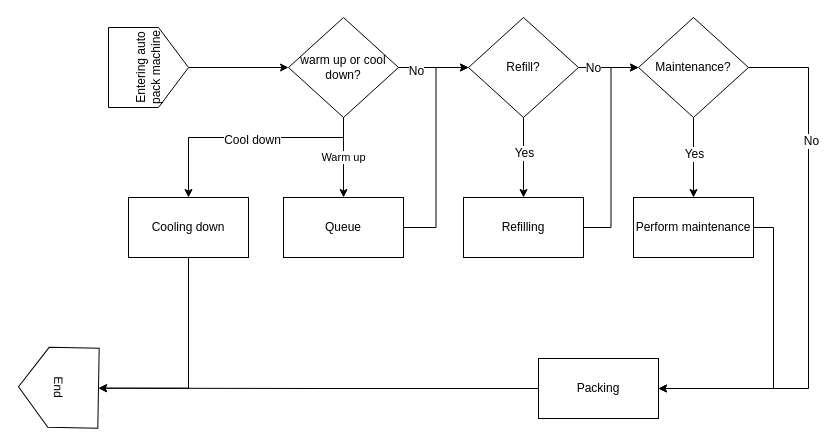
Earlier version of the draw.io diagram Em-Con-Frame.drawio (aboutkrin/aboutkrin.github.io). Source tidied: cells renumbered, new cells numbered last; positions are measured from the earlier drawing's top-left corner, leaving out a move shared by most shapes. Both pictures are drawn from the tidied source at 100%, with x=0, y=0 at pixel (18, 17).
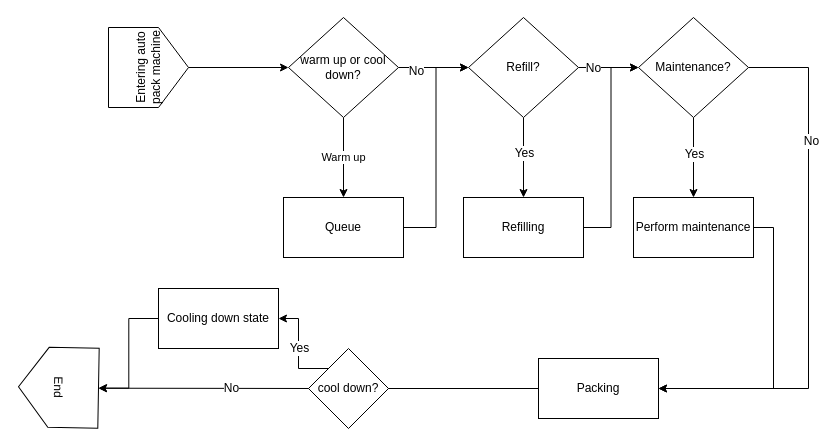
The same page after the edit.

The change refers to these unchanged cells:
```xml
<mxCell id="9" value="warm up or cool down?" style="rhombus;whiteSpace=wrap;html=1;" parent="1" vertex="1">
  <mxGeometry x="270" width="110" height="100" as="geometry" />
</mxCell>
<mxCell id="26" value="End" style="shape=offPageConnector;whiteSpace=wrap;html=1;rotation=91;" parent="1" vertex="1">
  <mxGeometry y="330" width="80" height="80" as="geometry" />
</mxCell>
<mxCell id="29" style="edgeStyle=orthogonalEdgeStyle;rounded=0;jettySize=auto;html=1;exitX=0;exitY=0.5;exitDx=0;exitDy=0;entryX=0.5;entryY=0;entryDx=0;entryDy=0;" parent="1" edge="1" source="30" target="26">
  <mxGeometry relative="1" as="geometry" />
</mxCell>
```

Diff of the diagram source:
```diff
@@
-    <mxCell id="5" style="edgeStyle=orthogonalEdgeStyle;rounded=0;jettySize=auto;html=1;exitX=0.5;exitY=1;exitDx=0;exitDy=0;entryX=0.5;entryY=0;entryDx=0;entryDy=0;" parent="1" edge="1" source="9" target="25">
-      <mxGeometry relative="1" as="geometry">
-        <Array as="points">
-          <mxPoint x="325" y="120" />
-          <mxPoint x="170" y="120" />
-        </Array>
-      </mxGeometry>
-    </mxCell>
-    <mxCell id="6" value="Cool down" style="text;html=1;align=center;verticalAlign=middle;labelBackgroundColor=#ffffff;" parent="5" vertex="1">
-      <mxGeometry x="-0.05" y="2" relative="1" as="geometry" />
-    </mxCell>
@@
-    <mxCell id="24" style="edgeStyle=orthogonalEdgeStyle;rounded=0;jettySize=auto;html=1;exitX=0.5;exitY=1;exitDx=0;exitDy=0;entryX=0.5;entryY=0;entryDx=0;entryDy=0;" parent="1" edge="1" source="25" target="26">
+    <mxCell id="24" style="edgeStyle=orthogonalEdgeStyle;rounded=0;jettySize=auto;html=1;exitX=0;exitY=0.5;exitDx=0;exitDy=0;entryX=0.5;entryY=0;entryDx=0;entryDy=0;" parent="1" edge="1" source="25" target="26">
       <mxGeometry relative="1" as="geometry" />
     </mxCell>
-    <mxCell id="25" value="Cooling down" style="rounded=0;whiteSpace=wrap;html=1;" parent="1" vertex="1">
-      <mxGeometry x="110" y="180" width="120" height="60" as="geometry" />
+    <mxCell id="25" value="Cooling down state" style="rounded=0;whiteSpace=wrap;html=1;" parent="1" vertex="1">
+      <mxGeometry x="140" y="271" width="120" height="60" as="geometry" />
     </mxCell>
@@
+    <mxCell id="31" value="No" style="text;html=1;align=center;verticalAlign=middle;labelBackgroundColor=#ffffff;" parent="29" vertex="1">
+      <mxGeometry x="0.4" relative="1" as="geometry" />
+    </mxCell>
@@
+    <mxCell id="32" style="edgeStyle=orthogonalEdgeStyle;rounded=0;jettySize=auto;html=1;exitX=0;exitY=0;exitDx=0;exitDy=0;entryX=1;entryY=0.5;entryDx=0;entryDy=0;" parent="1" edge="1" source="34" target="25">
+      <mxGeometry relative="1" as="geometry">
+        <Array as="points">
+          <mxPoint x="280" y="351" />
+          <mxPoint x="280" y="301" />
+        </Array>
+      </mxGeometry>
+    </mxCell>
+    <mxCell id="33" value="Yes" style="text;html=1;align=center;verticalAlign=middle;labelBackgroundColor=#ffffff;" parent="32" vertex="1">
+      <mxGeometry x="0.02" relative="1" as="geometry" />
+    </mxCell>
+    <mxCell id="34" value="cool down?" style="rhombus;whiteSpace=wrap;html=1;" parent="1" vertex="1">
+      <mxGeometry x="290" y="331" width="80" height="80" as="geometry" />
+    </mxCell>
```
